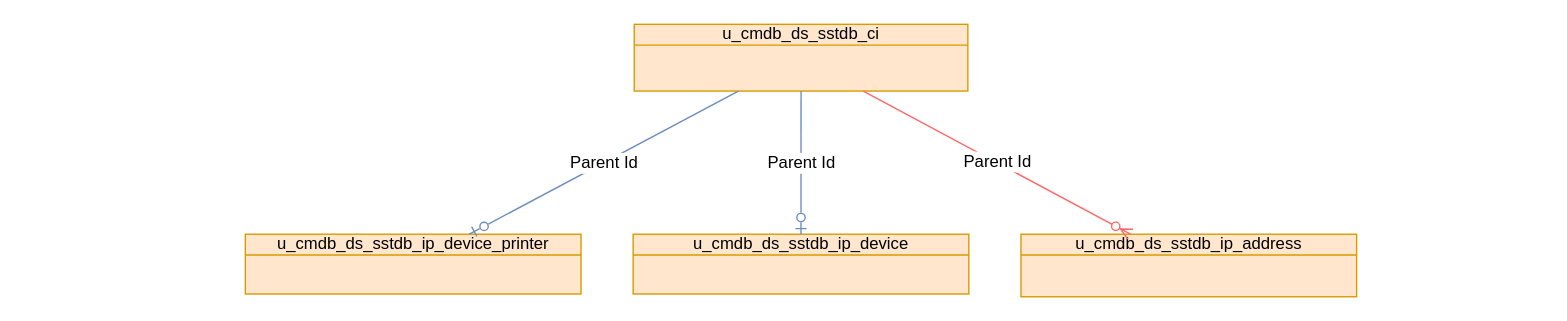
Earlier version of the draw.io diagram page "AsIsPrinterForm" (14 of 20) of DBsErdV2.drawio (algimas/tmp). Source tidied: cells renumbered, new cells numbered last; positions are measured from the earlier drawing's top-left corner, leaving out a move shared by most shapes. Both pictures are drawn from the tidied source at 139%, with x=0, y=0 at pixel (245, 24).
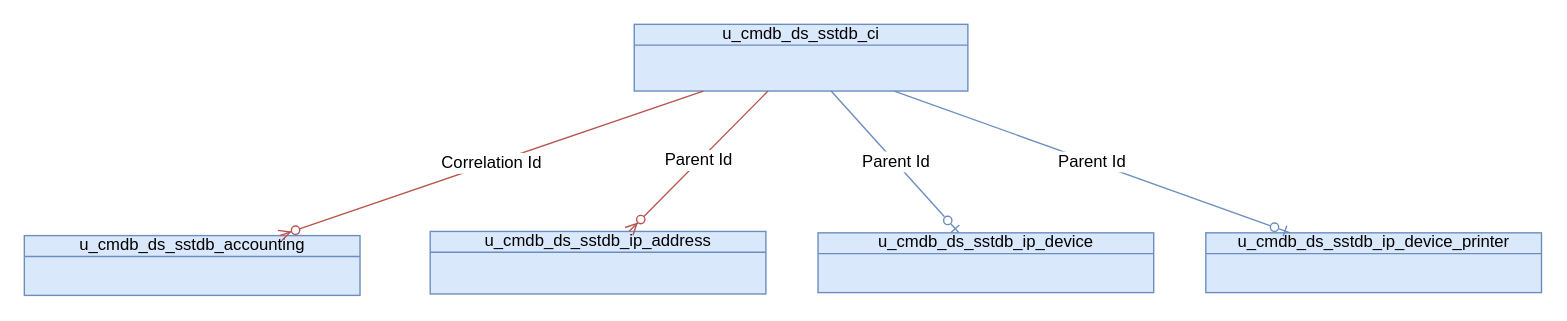
Above is the later version.

What changed in the source:
```diff
@@
 <mxGraphModel>
   <root>
     <mxCell id="0" />
     <mxCell id="1" parent="0" />
-    <mxCell id="2" value="u_cmdb_ds_sstdb_ci" style="html=1;outlineConnect=0;whiteSpace=wrap;fillColor=#ffe6cc;shape=mxgraph.archimate3.businessObject;overflow=fill;strokeColor=#d79b00;fontStyle=0;" parent="1" vertex="1">
+    <mxCell id="2" value="u_cmdb_ds_sstdb_ci" style="html=1;outlineConnect=0;whiteSpace=wrap;fillColor=#dae8fc;shape=mxgraph.archimate3.businessObject;overflow=fill;strokeColor=#6c8ebf;fontStyle=0;" parent="1" vertex="1">
       <mxGeometry x="279.8" width="240" height="48" as="geometry" />
     </mxCell>
-    <mxCell id="3" value="u_cmdb_ds_sstdb_ip_device" style="html=1;outlineConnect=0;whiteSpace=wrap;fillColor=#ffe6cc;shape=mxgraph.archimate3.businessObject;overflow=fill;strokeColor=#d79b00;" parent="1" vertex="1">
-      <mxGeometry x="279" y="151" width="241.5" height="43" as="geometry" />
+    <mxCell id="3" value="u_cmdb_ds_sstdb_ip_device" style="html=1;outlineConnect=0;whiteSpace=wrap;fillColor=#dae8fc;shape=mxgraph.archimate3.businessObject;overflow=fill;strokeColor=#6c8ebf;" parent="1" vertex="1">
+      <mxGeometry x="412" y="150" width="241.5" height="43" as="geometry" />
     </mxCell>
-    <mxCell id="4" value="u_cmdb_ds_sstdb_ip_address" style="html=1;outlineConnect=0;whiteSpace=wrap;fillColor=#ffe6cc;shape=mxgraph.archimate3.businessObject;overflow=fill;strokeColor=#d79b00;fontStyle=0;" parent="1" vertex="1">
-      <mxGeometry x="558" y="151" width="241.5" height="45" as="geometry" />
+    <mxCell id="4" value="u_cmdb_ds_sstdb_ip_address" style="html=1;outlineConnect=0;whiteSpace=wrap;fillColor=#dae8fc;shape=mxgraph.archimate3.businessObject;overflow=fill;strokeColor=#6c8ebf;fontStyle=0;" parent="1" vertex="1">
+      <mxGeometry x="133" y="149" width="241.5" height="45" as="geometry" />
     </mxCell>
-    <mxCell id="5" value="u_cmdb_ds_sstdb_ip_device_printer" style="html=1;outlineConnect=0;whiteSpace=wrap;fillColor=#ffe6cc;shape=mxgraph.archimate3.businessObject;overflow=fill;strokeColor=#d79b00;" parent="1" vertex="1">
-      <mxGeometry y="151" width="241.5" height="43" as="geometry" />
+    <mxCell id="5" value="u_cmdb_ds_sstdb_ip_device_printer" style="html=1;outlineConnect=0;whiteSpace=wrap;fillColor=#dae8fc;shape=mxgraph.archimate3.businessObject;overflow=fill;strokeColor=#6c8ebf;" parent="1" vertex="1">
+      <mxGeometry x="691" y="150" width="241.5" height="43" as="geometry" />
     </mxCell>
     <mxCell id="6" value="Parent Id" style="fontSize=12;html=1;endArrow=ERzeroToOne;endFill=0;rounded=0;fillColor=#dae8fc;strokeColor=#6c8ebf;" parent="1" edge="1" source="2" target="3">
       <mxGeometry relative="1" as="geometry" />
     </mxCell>
-    <mxCell id="7" value="Parent Id" style="fontSize=12;html=1;endArrow=ERzeroToMany;endFill=1;rounded=0;fillColor=#dae8fc;strokeColor=#FF6666;" parent="1" edge="1" source="2" target="4">
+    <mxCell id="7" value="Parent Id" style="fontSize=12;html=1;endArrow=ERzeroToMany;endFill=1;rounded=0;fillColor=#f8cecc;strokeColor=#b85450;" parent="1" edge="1" source="2" target="4">
       <mxGeometry relative="1" as="geometry" />
     </mxCell>
     <mxCell id="8" value="Parent Id" style="fontSize=12;html=1;endArrow=ERzeroToOne;endFill=0;rounded=0;fillColor=#dae8fc;strokeColor=#6c8ebf;" parent="1" edge="1" source="2" target="5">
       <mxGeometry relative="1" as="geometry" />
     </mxCell>
+    <mxCell id="9" value="u_cmdb_ds_sstdb_accounting" style="html=1;outlineConnect=0;whiteSpace=wrap;fillColor=#dae8fc;shape=mxgraph.archimate3.businessObject;overflow=fill;strokeColor=#6c8ebf;" parent="1" vertex="1">
+      <mxGeometry x="-159" y="152" width="241.5" height="43" as="geometry" />
+    </mxCell>
+    <mxCell id="10" value="Correlation Id" style="fontSize=12;html=1;endArrow=ERzeroToMany;endFill=1;rounded=0;fillColor=#f8cecc;strokeColor=#b85450;" parent="1" edge="1" source="2" target="9">
+      <mxGeometry relative="1" as="geometry" />
+    </mxCell>
   </root>
 </mxGraphModel>
```
